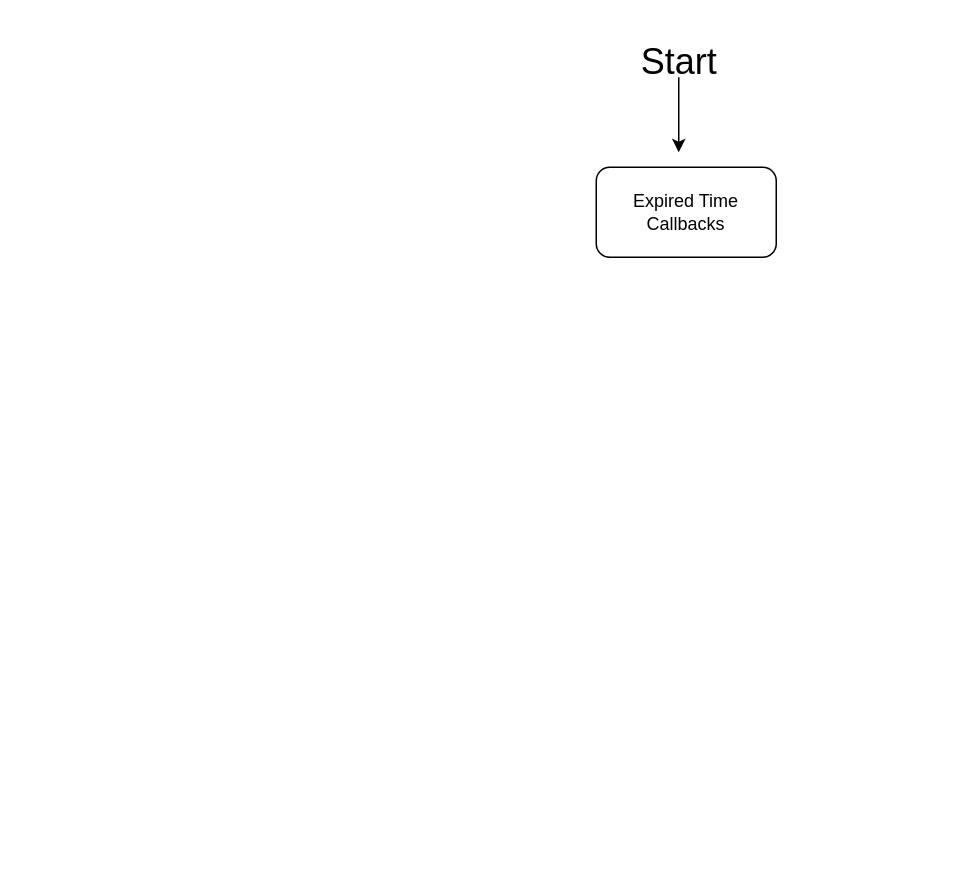
Above: Untitled Diagram.drawio in akanita/flow_charts (draw.io), before the change. Source tidied: cells renumbered, new cells numbered last; positions are measured from the earlier drawing's top-left corner, leaving out a move shared by most shapes. Both pictures are drawn from the tidied source at 150%, with x=0, y=0 at pixel (596, 46).
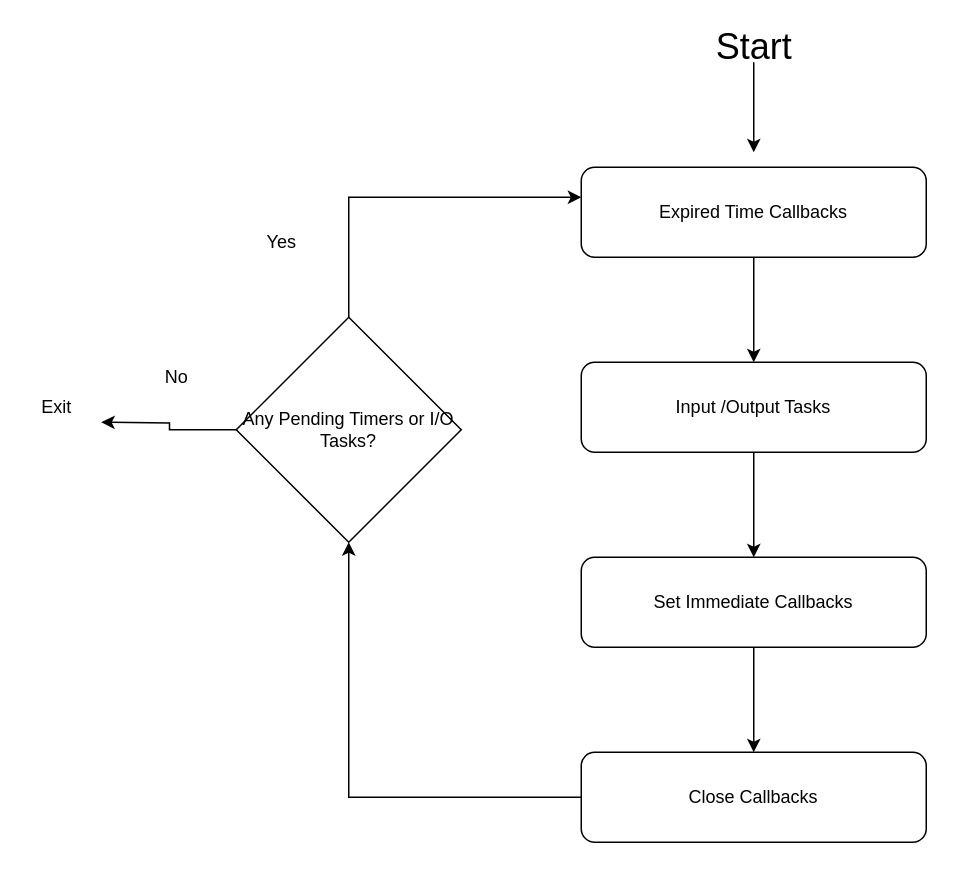
The same diagram, later.

What changed in the source:
```diff
@@
+    <mxCell id="5" style="edgeStyle=orthogonalEdgeStyle;rounded=0;jettySize=auto;html=1;entryX=0.5;entryY=0;entryDx=0;entryDy=0;" parent="1" edge="1" source="2" target="7">
+      <mxGeometry relative="1" as="geometry" />
+    </mxCell>
     <mxCell id="2" value="Expired Time Callbacks" style="rounded=1;whiteSpace=wrap;html=1;" parent="1" vertex="1">
-      <mxGeometry y="80" width="120" height="60" as="geometry" />
+      <mxGeometry x="-10" y="80" width="230" height="60" as="geometry" />
     </mxCell>
     <mxCell id="3" style="edgeStyle=orthogonalEdgeStyle;rounded=0;jettySize=auto;html=1;" parent="1" edge="1" source="4">
       <mxGeometry relative="1" as="geometry">
-        <mxPoint x="55" y="70" as="targetPoint" />
+        <mxPoint x="105" y="70" as="targetPoint" />
       </mxGeometry>
     </mxCell>
     <mxCell id="4" value="&lt;font style=&quot;font-size: 24px&quot;&gt;Start&lt;/font&gt;" style="text;html=1;align=center;verticalAlign=middle;points=[];" parent="1" vertex="1">
-      <mxGeometry x="20" width="70" height="20" as="geometry" />
+      <mxGeometry x="70" y="-10" width="70" height="20" as="geometry" />
     </mxCell>
+    <mxCell id="6" style="edgeStyle=orthogonalEdgeStyle;rounded=0;jettySize=auto;html=1;" parent="1" edge="1" source="7" target="9">
+      <mxGeometry relative="1" as="geometry" />
+    </mxCell>
+    <mxCell id="7" value="Input /Output Tasks" style="rounded=1;whiteSpace=wrap;html=1;" parent="1" vertex="1">
+      <mxGeometry x="-10" y="210" width="230" height="60" as="geometry" />
+    </mxCell>
+    <mxCell id="8" style="edgeStyle=orthogonalEdgeStyle;rounded=0;jettySize=auto;html=1;entryX=0.5;entryY=0;entryDx=0;entryDy=0;" parent="1" edge="1" source="9" target="11">
+      <mxGeometry relative="1" as="geometry" />
+    </mxCell>
+    <mxCell id="9" value="Set Immediate Callbacks" style="rounded=1;whiteSpace=wrap;html=1;" parent="1" vertex="1">
+      <mxGeometry x="-10" y="340" width="230" height="60" as="geometry" />
+    </mxCell>
+    <mxCell id="10" style="edgeStyle=orthogonalEdgeStyle;rounded=0;jettySize=auto;html=1;entryX=0.5;entryY=1;entryDx=0;entryDy=0;" parent="1" edge="1" source="11" target="14">
+      <mxGeometry relative="1" as="geometry" />
+    </mxCell>
+    <mxCell id="11" value="Close Callbacks" style="rounded=1;whiteSpace=wrap;html=1;" parent="1" vertex="1">
+      <mxGeometry x="-10" y="470" width="230" height="60" as="geometry" />
+    </mxCell>
+    <mxCell id="12" style="edgeStyle=orthogonalEdgeStyle;rounded=0;jettySize=auto;html=1;exitX=0.5;exitY=0;exitDx=0;exitDy=0;" parent="1" edge="1" source="14" target="2">
+      <mxGeometry relative="1" as="geometry">
+        <Array as="points">
+          <mxPoint x="-165" y="100" />
+        </Array>
+      </mxGeometry>
+    </mxCell>
+    <mxCell id="13" style="edgeStyle=orthogonalEdgeStyle;rounded=0;jettySize=auto;html=1;" parent="1" edge="1" source="14">
+      <mxGeometry relative="1" as="geometry">
+        <mxPoint x="-330" y="250" as="targetPoint" />
+      </mxGeometry>
+    </mxCell>
+    <mxCell id="14" value="Any Pending Timers or I/O Tasks?" style="rhombus;whiteSpace=wrap;html=1;" parent="1" vertex="1">
+      <mxGeometry x="-240" y="180" width="150" height="150" as="geometry" />
+    </mxCell>
+    <mxCell id="15" value="Yes" style="text;html=1;align=center;verticalAlign=middle;" parent="1" vertex="1">
+      <mxGeometry x="-230" y="120" width="40" height="20" as="geometry" />
+    </mxCell>
+    <mxCell id="16" value="Exit" style="text;html=1;align=center;verticalAlign=middle;" parent="1" vertex="1">
+      <mxGeometry x="-380" y="230" width="40" height="20" as="geometry" />
+    </mxCell>
+    <mxCell id="17" value="No" style="text;html=1;align=center;verticalAlign=middle;" parent="1" vertex="1">
+      <mxGeometry x="-295" y="210" width="30" height="20" as="geometry" />
+    </mxCell>
```
